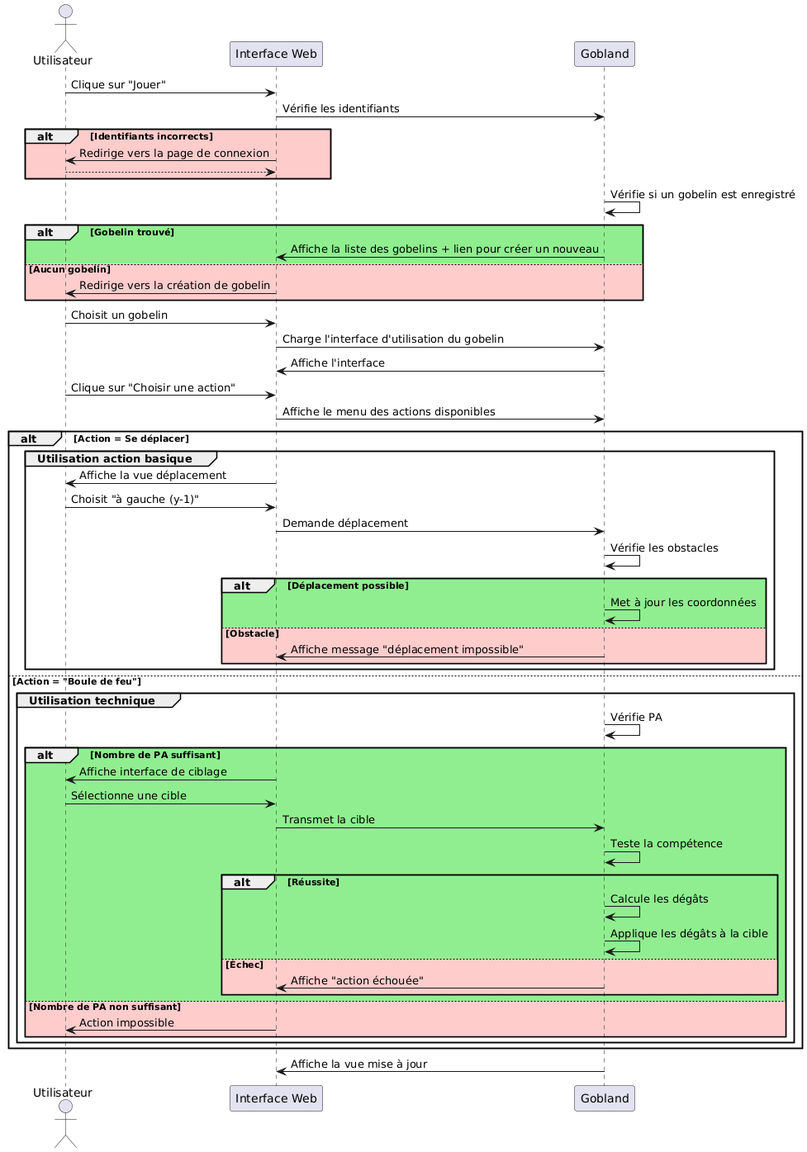
Earlier version of the PlantUML export docs/UML/sequency/picture/sequency_action.png (SjSlayde/goblangtest). Source of this version:
```plantuml
@startuml
actor Utilisateur
participant "Interface Web" as UI
participant "Gobland" as System

Utilisateur -> UI : Clique sur "Jouer"
UI -> System : Vérifie les identifiants
alt #FFCCCC Identifiants incorrects
    UI -> Utilisateur : Redirige vers la page de connexion
    return
end

System -> System : Vérifie si un gobelin est enregistré
alt #lightgreen Gobelin trouvé
    System -> UI : Affiche la liste des gobelins + lien pour créer un nouveau
else #FFCCCC Aucun gobelin
    UI -> Utilisateur : Redirige vers la création de gobelin
end

Utilisateur -> UI : Choisit un gobelin
UI -> System : Charge l'interface d'utilisation du gobelin
System -> UI : Affiche l'interface

Utilisateur -> UI : Clique sur "Choisir une action"
UI -> System : Affiche le menu des actions disponibles

alt Action = Se déplacer
    group Utilisation action basique
        UI -> Utilisateur : Affiche la vue déplacement
        Utilisateur -> UI : Choisit "à gauche (y-1)"
        UI -> System : Demande déplacement
        System -> System : Vérifie les obstacles
        alt #lightgreen Déplacement possible
            System -> System : Met à jour les coordonnées
        else #FFCCCC Obstacle
            System -> UI : Affiche message "déplacement impossible"
        end
    end group

else Action = "Boule de feu"
    group Utilisation technique
        System -> System : Vérifie PA
        alt #lightgreen Nombre de PA suffisant
            UI -> Utilisateur : Affiche interface de ciblage
            Utilisateur -> UI : Sélectionne une cible
            UI -> System : Transmet la cible
            System -> System : Teste la compétence
            alt #lightgreen Réussite
                System -> System : Calcule les dégâts
                System -> System : Applique les dégâts à la cible
            else #FFCCCC Échec
                System -> UI : Affiche "action échouée"
            end
        else #FFCCCC Nombre de PA non suffisant
            UI -> Utilisateur : Action impossible
        end
    end group
end

System -> UI : Affiche la vue mise à jour
@enduml
```
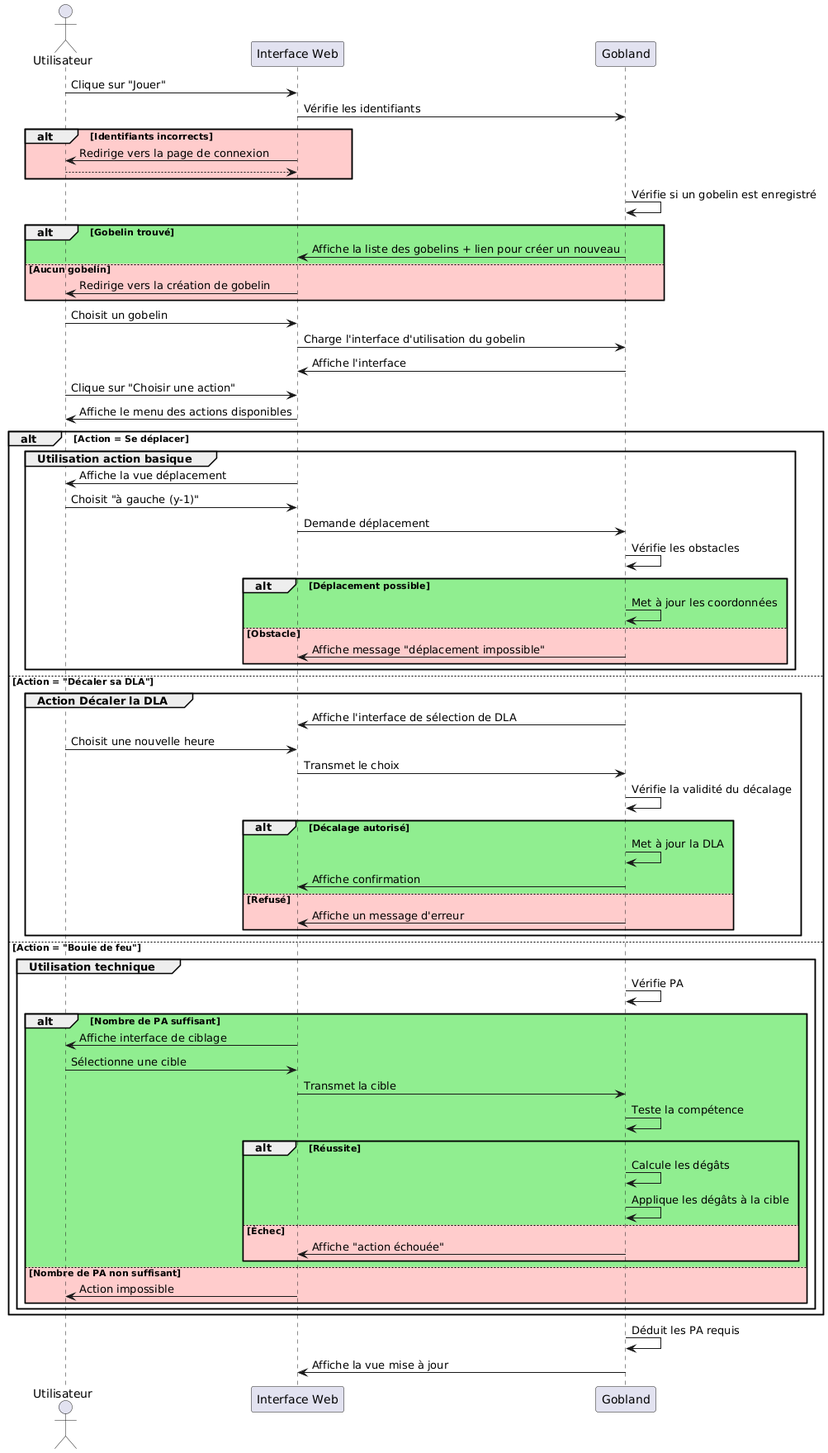
The same diagram one commit later.

Commit message:
ajout de l'UML sequence et activiter de action complement

What changed in the source:
```diff
@@ -22,7 +22,7 @@
 System -> UI : Affiche l'interface
 
 Utilisateur -> UI : Clique sur "Choisir une action"
-UI -> System : Affiche le menu des actions disponibles
+UI -> Utilisateur : Affiche le menu des actions disponibles
 
 alt Action = Se déplacer
     group Utilisation action basique
@@ -34,6 +34,20 @@
             System -> System : Met à jour les coordonnées
         else #FFCCCC Obstacle
             System -> UI : Affiche message "déplacement impossible"
+        end
+    end group
+
+else Action = "Décaler sa DLA"
+    group Action Décaler la DLA
+        System -> UI : Affiche l'interface de sélection de DLA
+        Utilisateur -> UI : Choisit une nouvelle heure
+        UI -> System : Transmet le choix
+        System -> System : Vérifie la validité du décalage
+        alt #lightgreen Décalage autorisé
+            System -> System : Met à jour la DLA
+            System -> UI : Affiche confirmation
+        else #FFCCCC Refusé
+            System -> UI : Affiche un message d'erreur
         end
     end group
 
@@ -56,6 +70,6 @@
         end
     end group
 end
-
+System -> System : Déduit les PA requis
 System -> UI : Affiche la vue mise à jour
 @enduml
```
